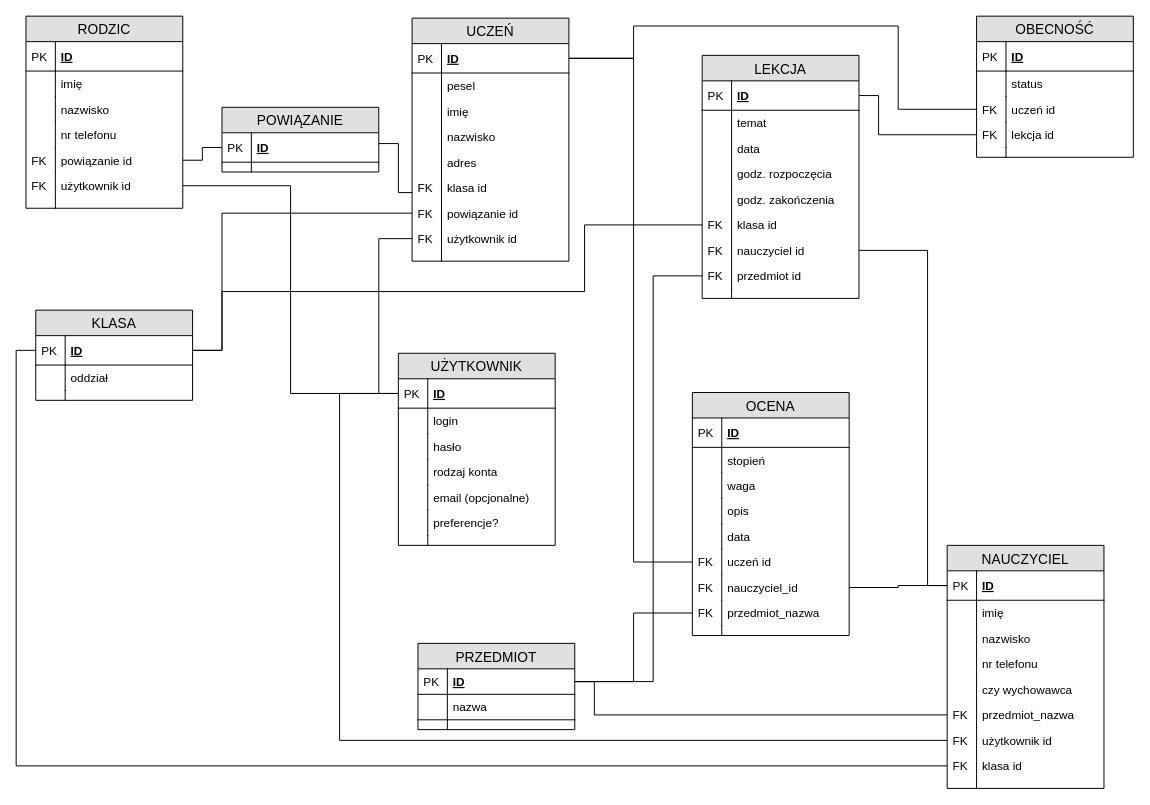
Above: page "Moidel Logiczny" (2 of 3) of Modele/modele.drawio in maciekpajak/BAZY_DANYCH_PROJEKT (draw.io), before the change. Source tidied: cells renumbered, new cells numbered last; positions are measured from the earlier drawing's top-left corner, leaving out a move shared by most shapes. Both pictures are drawn from the tidied source at 98%, with x=0, y=0 at pixel (25, 16).
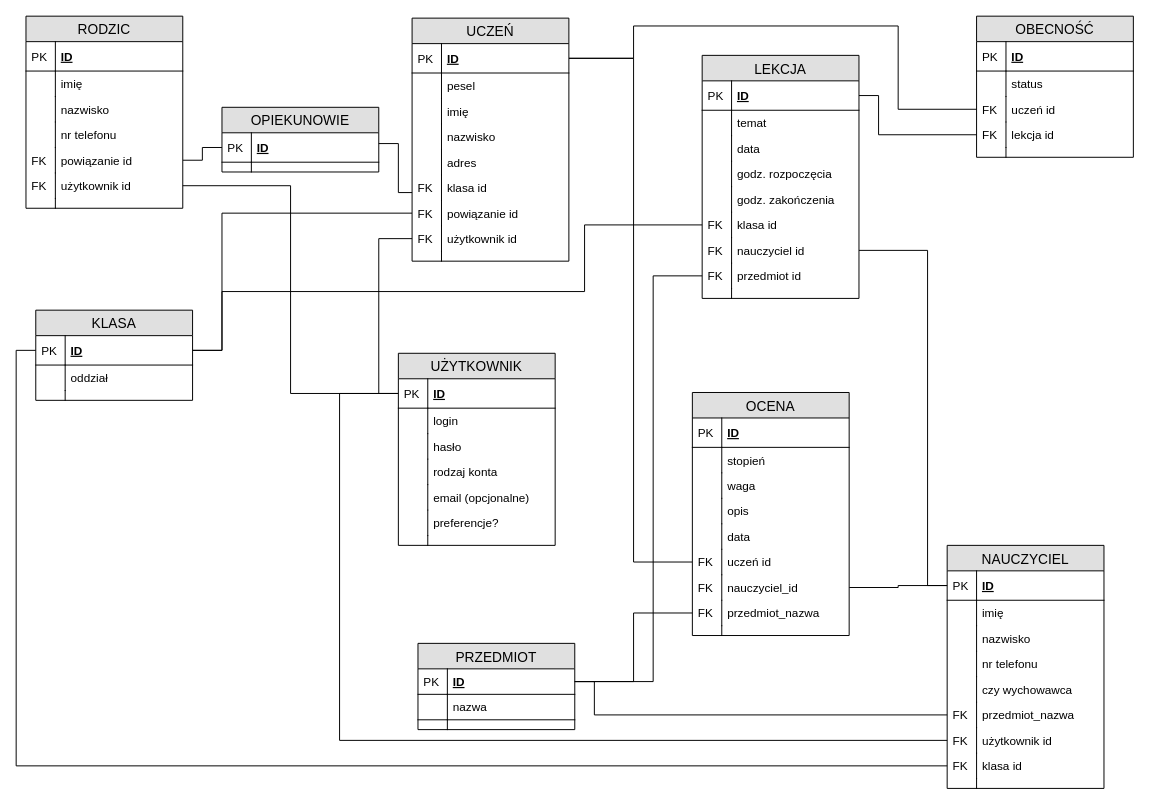
After the change.

The edit, as a diff of the source:
```diff
@@
-    <mxCell id="112" value="POWIĄZANIE" style="swimlane;fontStyle=0;horizontal=1;startSize=26;fillColor=#e0e0e0;swimlaneFillColor=#ffffff;align=center;fontSize=14;" parent="1" vertex="1">
+    <mxCell id="112" value="OPIEKUNOWIE" style="swimlane;fontStyle=0;horizontal=1;startSize=26;fillColor=#e0e0e0;swimlaneFillColor=#ffffff;align=center;fontSize=14;" parent="1" vertex="1">
       <mxGeometry x="200" y="93" width="160" height="66" as="geometry" />
     </mxCell>
```
